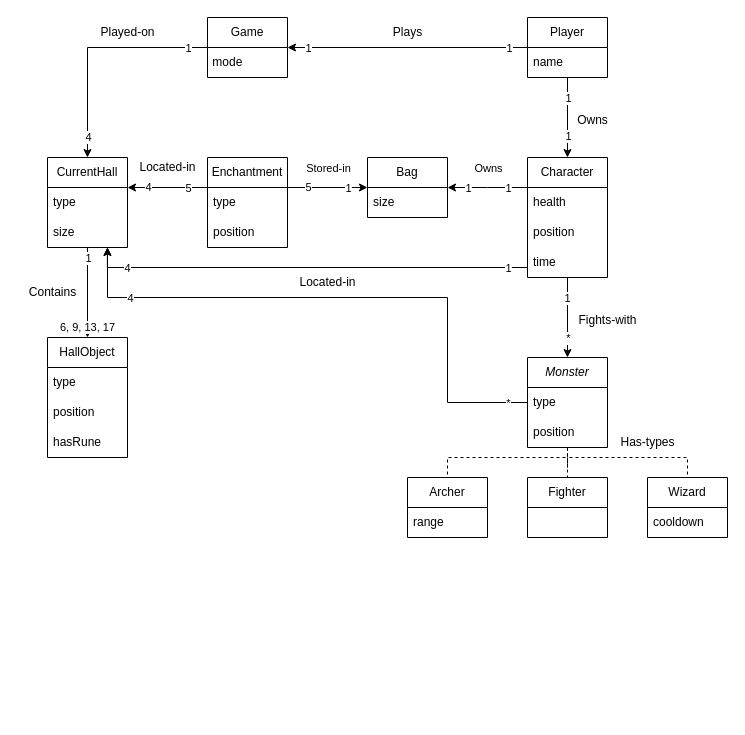
Above: page "Detailed Domain Objects" (2 of 2) of domain_model.drawio in zeynepyorulmaz/Rogue-Like (draw.io), before the change. Source tidied: cells renumbered, new cells numbered last; positions are measured from the earlier drawing's top-left corner, leaving out a move shared by most shapes. Both pictures are drawn from the tidied source at 100%, with x=0, y=0 at pixel (17, 17).
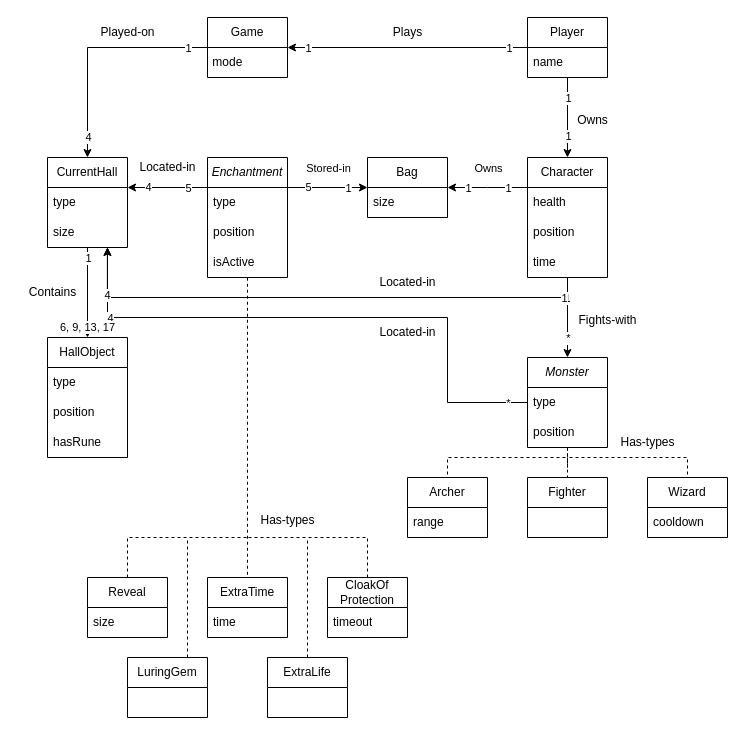
The same diagram, later.

Commit message:
enchantment types

The change refers to these unchanged cells:
```xml
<mxCell id="9" value="&lt;span style=&quot;font-weight: normal;&quot;&gt;Character&lt;/span&gt;" style="swimlane;fontStyle=1;horizontal=1;startSize=30;whiteSpace=wrap;html=1;" parent="1" vertex="1">
  <mxGeometry x="510" y="140" width="80" height="120" as="geometry" />
</mxCell>
<mxCell id="19" value="Bag" style="swimlane;fontStyle=0;horizontal=1;startSize=30;whiteSpace=wrap;html=1;" parent="1" vertex="1">
  <mxGeometry x="350" y="140" width="80" height="60" as="geometry" />
</mxCell>
<mxCell id="31" value="&lt;i&gt;Monster&lt;/i&gt;" style="swimlane;fontStyle=0;horizontal=1;startSize=30;whiteSpace=wrap;html=1;" parent="1" vertex="1">
  <mxGeometry x="510" y="340" width="80" height="90" as="geometry" />
</mxCell>
<mxCell id="35" value="type" style="text;strokeColor=none;fillColor=none;align=left;verticalAlign=middle;spacingLeft=4;spacingRight=4;overflow=hidden;points=[[0,0.5],[1,0.5]];portConstraint=eastwest;whiteSpace=wrap;html=1;" parent="31" vertex="1">
  <mxGeometry y="30" width="80" height="30" as="geometry" />
</mxCell>
<mxCell id="55" value="size" style="text;strokeColor=none;fillColor=none;align=left;verticalAlign=middle;spacingLeft=4;spacingRight=4;overflow=hidden;points=[[0,0.5],[1,0.5]];portConstraint=eastwest;whiteSpace=wrap;html=1;" parent="53" vertex="1">
  <mxGeometry y="60" width="80" height="30" as="geometry" />
</mxCell>
```

Change to the diagram source:
```diff
@@
-    <mxCell id="13" value="&lt;span style=&quot;font-weight: normal;&quot;&gt;Enchantment&lt;/span&gt;" style="swimlane;fontStyle=1;horizontal=1;startSize=30;whiteSpace=wrap;html=1;" parent="1" vertex="1">
-      <mxGeometry x="190" y="140" width="80" height="90" as="geometry" />
-    </mxCell>
-    <mxCell id="14" value="type" style="text;strokeColor=none;fillColor=none;align=left;verticalAlign=middle;spacingLeft=4;spacingRight=4;overflow=hidden;points=[[0,0.5],[1,0.5]];portConstraint=eastwest;whiteSpace=wrap;html=1;" parent="13" vertex="1">
-      <mxGeometry y="30" width="80" height="30" as="geometry" />
-    </mxCell>
-    <mxCell id="15" value="position" style="text;strokeColor=none;fillColor=none;align=left;verticalAlign=middle;spacingLeft=4;spacingRight=4;overflow=hidden;whiteSpace=wrap;html=1;" parent="13" vertex="1">
-      <mxGeometry y="60" width="80" height="30" as="geometry" />
-    </mxCell>
+    <mxCell id="73" style="edgeStyle=orthogonalEdgeStyle;rounded=0;jettySize=auto;html=1;entryX=0.5;entryY=0;entryDx=0;entryDy=0;dashed=1;endArrow=none;endFill=0;exitX=0.5;exitY=1.008;exitDx=0;exitDy=0;exitPerimeter=0;" parent="1" edge="1" source="87" target="77">
+      <mxGeometry relative="1" as="geometry" />
+    </mxCell>
-    <mxCell id="16" style="edgeStyle=orthogonalEdgeStyle;rounded=0;jettySize=auto;html=1;endArrow=none;endFill=0;startArrow=classic;startFill=1;" parent="1" edge="1" source="19" target="14">
+    <mxCell id="16" style="edgeStyle=orthogonalEdgeStyle;rounded=0;jettySize=auto;html=1;endArrow=none;endFill=0;startArrow=classic;startFill=1;" parent="1" edge="1" source="19">
       <mxGeometry relative="1" as="geometry">
+        <mxPoint x="270" y="170" as="targetPoint" />
         <Array as="points">
           <mxPoint x="330" y="170" />
           <mxPoint x="330" y="170" />
         </Array>
       </mxGeometry>
     </mxCell>
@@
     <mxCell id="32" style="edgeStyle=orthogonalEdgeStyle;rounded=0;jettySize=auto;html=1;" parent="31" edge="1" source="35">
       <mxGeometry relative="1" as="geometry">
         <mxPoint x="-420" y="-110" as="targetPoint" />
         <Array as="points">
           <mxPoint x="-80" y="45" />
-          <mxPoint x="-80" y="-60" />
-          <mxPoint x="-420" y="-60" />
+          <mxPoint x="-80" y="-40" />
+          <mxPoint x="-420" y="-40" />
         </Array>
       </mxGeometry>
     </mxCell>
@@
-    <mxCell id="56" style="edgeStyle=orthogonalEdgeStyle;rounded=0;jettySize=auto;html=1;" parent="1" edge="1" source="14">
+    <mxCell id="56" style="edgeStyle=orthogonalEdgeStyle;rounded=0;orthogonalLoop=1;jettySize=auto;html=1;" parent="1" edge="1">
       <mxGeometry relative="1" as="geometry">
+        <mxPoint x="190" y="170" as="sourcePoint" />
         <mxPoint x="110" y="170" as="targetPoint" />
         <Array as="points">
           <mxPoint x="110" y="170" />
         </Array>
       </mxGeometry>
     </mxCell>
@@
     <mxCell id="64" style="edgeStyle=orthogonalEdgeStyle;rounded=0;jettySize=auto;html=1;entryX=0.749;entryY=0.995;entryDx=0;entryDy=0;entryPerimeter=0;" parent="1" edge="1" source="9" target="55">
       <mxGeometry relative="1" as="geometry">
         <Array as="points">
-          <mxPoint x="90" y="250" />
+          <mxPoint x="550" y="280" />
+          <mxPoint x="90" y="280" />
         </Array>
       </mxGeometry>
     </mxCell>
@@
     <mxCell id="72" value="Located-in" style="text;html=1;align=center;verticalAlign=middle;strokeColor=none;fillColor=none;" parent="1" vertex="1">
-      <mxGeometry x="270" y="250" width="80" height="30" as="geometry" />
+      <mxGeometry x="350" y="250" width="80" height="30" as="geometry" />
     </mxCell>
+    <mxCell id="74" style="edgeStyle=orthogonalEdgeStyle;rounded=0;jettySize=auto;html=1;endArrow=none;endFill=0;dashed=1;" parent="1" edge="1" source="75">
+      <mxGeometry relative="1" as="geometry">
+        <mxPoint x="230" y="520" as="targetPoint" />
+        <Array as="points">
+          <mxPoint x="110" y="520" />
+        </Array>
+      </mxGeometry>
+    </mxCell>
+    <mxCell id="75" value="Reveal" style="swimlane;fontStyle=0;horizontal=1;startSize=30;whiteSpace=wrap;html=1;" parent="1" vertex="1">
+      <mxGeometry x="70" y="560" width="80" height="60" as="geometry" />
+    </mxCell>
+    <mxCell id="76" value="size" style="text;strokeColor=none;fillColor=none;align=left;verticalAlign=middle;spacingLeft=4;spacingRight=4;overflow=hidden;whiteSpace=wrap;html=1;" parent="75" vertex="1">
+      <mxGeometry y="30" width="80" height="30" as="geometry" />
+    </mxCell>
+    <mxCell id="77" value="ExtraTime" style="swimlane;fontStyle=0;horizontal=1;startSize=30;whiteSpace=wrap;html=1;" parent="1" vertex="1">
+      <mxGeometry x="190" y="560" width="80" height="60" as="geometry" />
+    </mxCell>
+    <mxCell id="78" value="time" style="text;strokeColor=none;fillColor=none;align=left;verticalAlign=middle;spacingLeft=4;spacingRight=4;overflow=hidden;whiteSpace=wrap;html=1;" parent="77" vertex="1">
+      <mxGeometry y="30" width="80" height="30" as="geometry" />
+    </mxCell>
+    <mxCell id="79" style="edgeStyle=orthogonalEdgeStyle;rounded=0;jettySize=auto;html=1;endArrow=none;endFill=0;dashed=1;" parent="1" edge="1" source="80">
+      <mxGeometry relative="1" as="geometry">
+        <mxPoint x="230" y="520" as="targetPoint" />
+        <Array as="points">
+          <mxPoint x="350" y="520" />
+        </Array>
+      </mxGeometry>
+    </mxCell>
+    <mxCell id="80" value="CloakOf&lt;div&gt;Protection&lt;/div&gt;" style="swimlane;fontStyle=0;horizontal=1;startSize=30;whiteSpace=wrap;html=1;" parent="1" vertex="1">
+      <mxGeometry x="310" y="560" width="80" height="60" as="geometry" />
+    </mxCell>
+    <mxCell id="81" value="timeout" style="text;strokeColor=none;fillColor=none;align=left;verticalAlign=middle;spacingLeft=4;spacingRight=4;overflow=hidden;whiteSpace=wrap;html=1;" parent="80" vertex="1">
+      <mxGeometry y="30" width="80" height="30" as="geometry" />
+    </mxCell>
+    <mxCell id="82" style="edgeStyle=orthogonalEdgeStyle;rounded=0;jettySize=auto;html=1;endArrow=none;endFill=0;dashed=1;" parent="1" edge="1" source="83">
+      <mxGeometry relative="1" as="geometry">
+        <mxPoint x="170" y="520" as="targetPoint" />
+        <Array as="points">
+          <mxPoint x="170" y="610" />
+          <mxPoint x="170" y="610" />
+        </Array>
+      </mxGeometry>
+    </mxCell>
+    <mxCell id="83" value="LuringGem" style="swimlane;fontStyle=0;horizontal=1;startSize=30;whiteSpace=wrap;html=1;" parent="1" vertex="1">
+      <mxGeometry x="110" y="640" width="80" height="60" as="geometry" />
+    </mxCell>
+    <mxCell id="84" style="edgeStyle=orthogonalEdgeStyle;rounded=0;jettySize=auto;html=1;endArrow=none;endFill=0;dashed=1;" parent="1" edge="1" source="85">
+      <mxGeometry relative="1" as="geometry">
+        <mxPoint x="290" y="520" as="targetPoint" />
+      </mxGeometry>
+    </mxCell>
+    <mxCell id="85" value="ExtraLife" style="swimlane;fontStyle=0;horizontal=1;startSize=30;whiteSpace=wrap;html=1;" parent="1" vertex="1">
+      <mxGeometry x="250" y="640" width="80" height="60" as="geometry" />
+    </mxCell>
+    <mxCell id="86" value="Has-types" style="text;html=1;align=center;verticalAlign=middle;strokeColor=none;fillColor=none;" parent="1" vertex="1">
+      <mxGeometry x="230" y="488" width="80" height="30" as="geometry" />
+    </mxCell>
+    <mxCell id="13" value="&lt;i style=&quot;font-weight: 400;&quot;&gt;Enchantment&lt;/i&gt;" style="swimlane;fontStyle=1;horizontal=1;startSize=30;whiteSpace=wrap;html=1;" parent="1" vertex="1">
+      <mxGeometry x="190" y="140" width="80" height="120" as="geometry" />
+    </mxCell>
+    <mxCell id="14" value="type" style="text;strokeColor=none;fillColor=none;align=left;verticalAlign=middle;spacingLeft=4;spacingRight=4;overflow=hidden;points=[[0,0.5],[1,0.5]];portConstraint=eastwest;whiteSpace=wrap;html=1;" parent="13" vertex="1">
+      <mxGeometry y="30" width="80" height="30" as="geometry" />
+    </mxCell>
+    <mxCell id="15" value="position" style="text;strokeColor=none;fillColor=none;align=left;verticalAlign=middle;spacingLeft=4;spacingRight=4;overflow=hidden;whiteSpace=wrap;html=1;" parent="13" vertex="1">
+      <mxGeometry y="60" width="80" height="30" as="geometry" />
+    </mxCell>
+    <mxCell id="87" value="isActive" style="text;strokeColor=none;fillColor=none;align=left;verticalAlign=middle;spacingLeft=4;spacingRight=4;overflow=hidden;points=[[0,0.5],[1,0.5]];portConstraint=eastwest;whiteSpace=wrap;html=1;" parent="13" vertex="1">
+      <mxGeometry y="90" width="80" height="30" as="geometry" />
+    </mxCell>
+    <mxCell id="88" value="Located-in" style="text;html=1;align=center;verticalAlign=middle;strokeColor=none;fillColor=none;" parent="1" vertex="1">
+      <mxGeometry x="350" y="300" width="80" height="30" as="geometry" />
+    </mxCell>
```
